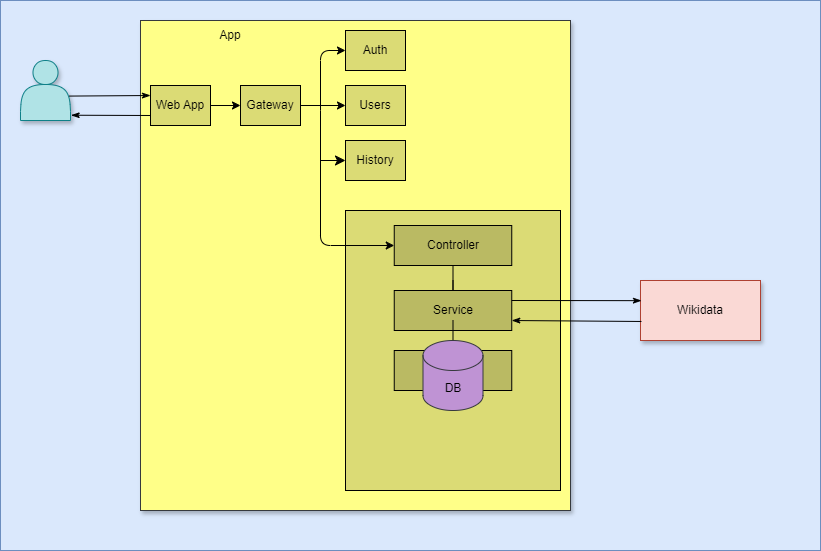
Above: docs/images/05_level3.drawio.png in Arquisoft/wiq_es05b (draw.io), before the change. Source tidied: cells renumbered, new cells last; positions are measured from the earlier drawing's top-left corner, leaving out a move shared by most shapes.
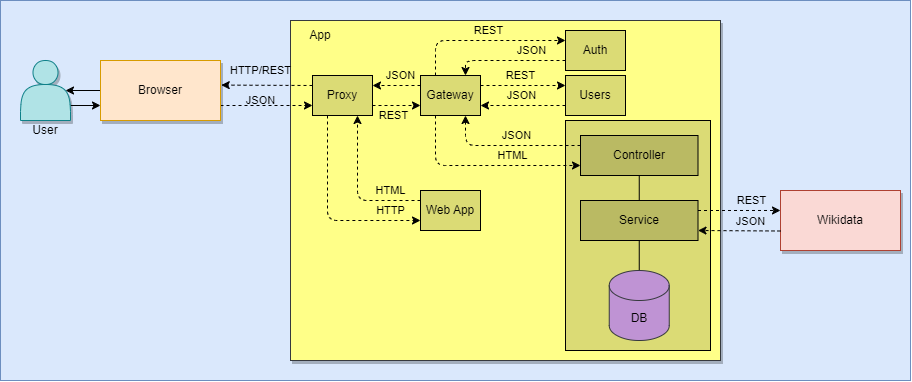
After the change.

Diff of the diagram source:
```diff
@@ -2,106 +2,202 @@
   <root>
     <mxCell id="0" />
     <mxCell id="1" parent="0" />
-    <mxCell id="2" style="rounded=0;whiteSpace=wrap;html=1;fillColor=#dae8fc;strokeColor=#6c8ebf;" parent="1" vertex="1">
-      <mxGeometry width="820" height="550" as="geometry" />
-    </mxCell>
+    <mxCell id="24" style="rounded=0;whiteSpace=wrap;html=1;fillColor=#dae8fc;strokeColor=#6c8ebf;" parent="1" vertex="1">
+      <mxGeometry width="910" height="380" as="geometry" />
+    </mxCell>
+    <mxCell id="31" style="edgeStyle=none;html=1;exitX=1;exitY=0.75;exitDx=0;exitDy=0;entryX=0;entryY=0.75;entryDx=0;entryDy=0;" parent="1" edge="1" source="3" target="47">
+      <mxGeometry relative="1" as="geometry" />
+    </mxCell>
     <mxCell id="3" style="shape=actor;whiteSpace=wrap;html=1;fillColor=#b0e3e6;strokeColor=#0e8088;shadow=1;" parent="1" vertex="1">
       <mxGeometry x="20" y="60" width="50" height="60" as="geometry" />
     </mxCell>
-    <mxCell id="4" style="whiteSpace=wrap;html=1;fillColor=#ffff88;strokeColor=#36393d;shadow=1;" parent="1" vertex="1">
-      <mxGeometry x="140" y="20" width="430" height="490" as="geometry" />
-    </mxCell>
+    <mxCell id="32" style="whiteSpace=wrap;html=1;fillColor=#ffff88;strokeColor=#36393d;shadow=1;" parent="1" vertex="1">
+      <mxGeometry x="290" y="20" width="430" height="340" as="geometry" />
+    </mxCell>
     <mxCell id="5" value="Wikidata" style="whiteSpace=wrap;html=1;fillColor=#fad9d5;strokeColor=#ae4132;shadow=1;" parent="1" vertex="1">
-      <mxGeometry x="640" y="280" width="120" height="60" as="geometry" />
+      <mxGeometry x="780" y="190" width="120" height="60" as="geometry" />
     </mxCell>
+    <mxCell id="33" style="edgeStyle=none;html=1;exitX=0;exitY=0.25;exitDx=0;exitDy=0;entryX=1;entryY=0.25;entryDx=0;entryDy=0;dashed=1;" parent="1" edge="1" source="7" target="54">
+      <mxGeometry relative="1" as="geometry" />
+    </mxCell>
+    <mxCell id="34" value="JSON" style="edgeLabel;html=1;align=center;verticalAlign=middle;labelBackgroundColor=none;" parent="33" vertex="1">
+      <mxGeometry x="-0.37" relative="1" as="geometry">
+        <mxPoint x="-5" y="-10" as="offset" />
+      </mxGeometry>
+    </mxCell>
+    <mxCell id="35" style="edgeStyle=none;html=1;exitX=0.25;exitY=0;exitDx=0;exitDy=0;entryX=0;entryY=0.25;entryDx=0;entryDy=0;dashed=1;" parent="1" edge="1" source="7" target="8">
+      <mxGeometry relative="1" as="geometry">
+        <Array as="points">
+          <mxPoint x="435" y="40" />
+        </Array>
+      </mxGeometry>
+    </mxCell>
+    <mxCell id="36" value="REST" style="edgeLabel;html=1;align=center;verticalAlign=middle;labelBackgroundColor=none;" parent="35" vertex="1">
+      <mxGeometry x="0.06" y="-1" relative="1" as="geometry">
+        <mxPoint y="-11" as="offset" />
+      </mxGeometry>
+    </mxCell>
-    <mxCell id="6" style="edgeStyle=none;html=1;exitX=1;exitY=0.5;exitDx=0;exitDy=0;" parent="1" edge="1" source="7" target="9">
+    <mxCell id="6" style="edgeStyle=none;html=1;exitX=1;exitY=0.25;exitDx=0;exitDy=0;entryX=0;entryY=0.25;entryDx=0;entryDy=0;dashed=1;" parent="1" edge="1" source="7" target="9">
       <mxGeometry relative="1" as="geometry" />
     </mxCell>
+    <mxCell id="37" value="REST" style="edgeLabel;html=1;align=center;verticalAlign=middle;labelBackgroundColor=none;" parent="6" vertex="1">
+      <mxGeometry x="0.1" relative="1" as="geometry">
+        <mxPoint x="-7" y="-10" as="offset" />
+      </mxGeometry>
+    </mxCell>
     <mxCell id="7" value="Gateway" style="rounded=0;whiteSpace=wrap;html=1;fillColor=#DBDB75;" parent="1" vertex="1">
-      <mxGeometry x="240" y="85" width="60" height="40" as="geometry" />
+      <mxGeometry x="420" y="75" width="60" height="40" as="geometry" />
     </mxCell>
+    <mxCell id="38" style="edgeStyle=none;html=1;exitX=0;exitY=0.75;exitDx=0;exitDy=0;entryX=0.75;entryY=0;entryDx=0;entryDy=0;dashed=1;" parent="1" edge="1" source="8" target="7">
+      <mxGeometry relative="1" as="geometry">
+        <Array as="points">
+          <mxPoint x="465" y="60" />
+        </Array>
+      </mxGeometry>
+    </mxCell>
+    <mxCell id="39" value="JSON" style="edgeLabel;html=1;align=center;verticalAlign=middle;labelBackgroundColor=none;" parent="38" vertex="1">
+      <mxGeometry x="-0.4" y="-1" relative="1" as="geometry">
+        <mxPoint y="-9" as="offset" />
+      </mxGeometry>
+    </mxCell>
     <mxCell id="8" value="Auth" style="rounded=0;whiteSpace=wrap;html=1;fillColor=#DBDB75;" parent="1" vertex="1">
-      <mxGeometry x="345" y="30" width="60" height="40" as="geometry" />
+      <mxGeometry x="565" y="30" width="60" height="40" as="geometry" />
     </mxCell>
+    <mxCell id="40" style="edgeStyle=none;html=1;exitX=0;exitY=0.75;exitDx=0;exitDy=0;entryX=1;entryY=0.75;entryDx=0;entryDy=0;dashed=1;" parent="1" edge="1" source="9" target="7">
+      <mxGeometry relative="1" as="geometry" />
+    </mxCell>
+    <mxCell id="41" value="JSON" style="edgeLabel;html=1;align=center;verticalAlign=middle;labelBackgroundColor=none;" parent="40" vertex="1">
+      <mxGeometry x="-0.28" relative="1" as="geometry">
+        <mxPoint x="-14" y="-10" as="offset" />
+      </mxGeometry>
+    </mxCell>
     <mxCell id="9" value="Users" style="rounded=0;whiteSpace=wrap;html=1;fillColor=#DBDB75;" parent="1" vertex="1">
-      <mxGeometry x="345" y="85" width="60" height="40" as="geometry" />
+      <mxGeometry x="565" y="75" width="60" height="40" as="geometry" />
     </mxCell>
+    <mxCell id="42" style="edgeStyle=none;html=1;exitX=0;exitY=0.25;exitDx=0;exitDy=0;entryX=0.75;entryY=1;entryDx=0;entryDy=0;dashed=1;" parent="1" edge="1" source="14" target="54">
+      <mxGeometry relative="1" as="geometry">
+        <Array as="points">
+          <mxPoint x="357" y="200" />
+        </Array>
+      </mxGeometry>
+    </mxCell>
+    <mxCell id="43" value="HTML" style="edgeLabel;html=1;align=center;verticalAlign=middle;labelBackgroundColor=none;" parent="42" vertex="1">
+      <mxGeometry x="0.26" relative="1" as="geometry">
+        <mxPoint x="33" y="20" as="offset" />
+      </mxGeometry>
+    </mxCell>
+    <mxCell id="14" value="Web App" style="rounded=0;whiteSpace=wrap;html=1;fillColor=#DBDB75;" parent="1" vertex="1">
+      <mxGeometry x="420" y="190" width="60" height="40" as="geometry" />
+    </mxCell>
+    <mxCell id="17" value="App" style="text;html=1;strokeColor=none;fillColor=none;align=center;verticalAlign=middle;whiteSpace=wrap;rounded=0;" parent="1" vertex="1">
+      <mxGeometry x="290" y="20" width="60" height="30" as="geometry" />
+    </mxCell>
+    <mxCell id="44" style="edgeStyle=none;html=1;exitX=0;exitY=0.5;exitDx=0;exitDy=0;entryX=0.9;entryY=0.5;entryDx=0;entryDy=0;entryPerimeter=0;" parent="1" edge="1" source="47" target="3">
+      <mxGeometry relative="1" as="geometry" />
+    </mxCell>
+    <mxCell id="45" style="edgeStyle=none;html=1;exitX=1;exitY=0.75;exitDx=0;exitDy=0;entryX=0;entryY=0.75;entryDx=0;entryDy=0;dashed=1;" parent="1" edge="1" source="47" target="54">
+      <mxGeometry relative="1" as="geometry" />
+    </mxCell>
+    <mxCell id="46" value="JSON" style="edgeLabel;html=1;align=center;verticalAlign=middle;labelBackgroundColor=none;" parent="45" vertex="1">
+      <mxGeometry x="-0.29" y="-1" relative="1" as="geometry">
+        <mxPoint x="7" y="-6" as="offset" />
+      </mxGeometry>
+    </mxCell>
+    <mxCell id="47" value="Browser" style="whiteSpace=wrap;html=1;fillColor=#ffe6cc;strokeColor=#d79b00;shadow=1;" parent="1" vertex="1">
+      <mxGeometry x="100" y="60" width="120" height="60" as="geometry" />
+    </mxCell>
+    <mxCell id="48" style="edgeStyle=none;html=1;exitX=0;exitY=0.25;exitDx=0;exitDy=0;entryX=1.006;entryY=0.41;entryDx=0;entryDy=0;entryPerimeter=0;dashed=1;" parent="1" edge="1" source="54" target="47">
+      <mxGeometry relative="1" as="geometry" />
+    </mxCell>
+    <mxCell id="49" value="HTTP/REST" style="edgeLabel;html=1;align=center;verticalAlign=middle;labelBackgroundColor=none;" parent="48" vertex="1">
+      <mxGeometry x="0.45" y="2" relative="1" as="geometry">
+        <mxPoint x="14" y="-17" as="offset" />
+      </mxGeometry>
+    </mxCell>
+    <mxCell id="50" style="edgeStyle=none;html=1;exitX=1;exitY=0.75;exitDx=0;exitDy=0;entryX=0;entryY=0.75;entryDx=0;entryDy=0;dashed=1;" parent="1" edge="1" source="54" target="7">
+      <mxGeometry relative="1" as="geometry" />
+    </mxCell>
+    <mxCell id="51" value="REST" style="edgeLabel;html=1;align=center;verticalAlign=middle;labelBackgroundColor=none;" parent="50" vertex="1">
+      <mxGeometry x="-0.14" y="-1" relative="1" as="geometry">
+        <mxPoint y="9" as="offset" />
+      </mxGeometry>
+    </mxCell>
+    <mxCell id="52" style="edgeStyle=none;html=1;exitX=0.25;exitY=1;exitDx=0;exitDy=0;entryX=0;entryY=0.75;entryDx=0;entryDy=0;dashed=1;" parent="1" edge="1" source="54" target="14">
+      <mxGeometry relative="1" as="geometry">
+        <Array as="points">
+          <mxPoint x="327" y="220" />
+        </Array>
+      </mxGeometry>
+    </mxCell>
+    <mxCell id="53" value="HTTP" style="edgeLabel;html=1;align=center;verticalAlign=middle;labelBackgroundColor=none;" parent="52" vertex="1">
+      <mxGeometry x="0.49" y="1" relative="1" as="geometry">
+        <mxPoint x="21" y="-9" as="offset" />
+      </mxGeometry>
+    </mxCell>
+    <mxCell id="54" value="Proxy" style="rounded=0;whiteSpace=wrap;html=1;fillColor=#DBDB75;" parent="1" vertex="1">
+      <mxGeometry x="312" y="75" width="60" height="40" as="geometry" />
+    </mxCell>
+    <mxCell id="55" value="User" style="text;html=1;strokeColor=none;fillColor=none;align=center;verticalAlign=middle;whiteSpace=wrap;rounded=0;labelBackgroundColor=none;" parent="1" vertex="1">
+      <mxGeometry x="15" y="120" width="60" height="20" as="geometry" />
+    </mxCell>
     <mxCell id="10" style="rounded=0;whiteSpace=wrap;html=1;fillColor=#DBDB75;" parent="1" vertex="1">
-      <mxGeometry x="345" y="210" width="215" height="280" as="geometry" />
+      <mxGeometry x="565" y="120" width="145" height="230" as="geometry" />
     </mxCell>
-    <mxCell id="11" style="edgeStyle=none;html=1;exitX=1;exitY=0.5;exitDx=0;exitDy=0;" parent="1" edge="1" source="14" target="7">
-      <mxGeometry relative="1" as="geometry" />
-    </mxCell>
-    <mxCell id="12" style="edgeStyle=none;html=1;exitX=0;exitY=0.75;exitDx=0;exitDy=0;entryX=1.013;entryY=0.912;entryDx=0;entryDy=0;entryPerimeter=0;startArrow=none;startFill=0;endArrow=classicThin;endFill=1;" parent="1" edge="1" source="14" target="3">
-      <mxGeometry relative="1" as="geometry" />
-    </mxCell>
-    <mxCell id="13" style="edgeStyle=none;html=1;exitX=0;exitY=0.25;exitDx=0;exitDy=0;entryX=0.973;entryY=0.593;entryDx=0;entryDy=0;entryPerimeter=0;startArrow=classicThin;startFill=1;endArrow=none;endFill=0;" parent="1" edge="1" source="14" target="3">
-      <mxGeometry relative="1" as="geometry" />
-    </mxCell>
-    <mxCell id="14" value="Web App" style="rounded=0;whiteSpace=wrap;html=1;fillColor=#DBDB75;" parent="1" vertex="1">
-      <mxGeometry x="150" y="85" width="60" height="40" as="geometry" />
-    </mxCell>
-    <mxCell id="15" style="endArrow=classic;html=1;entryX=0;entryY=0.5;entryDx=0;entryDy=0;" parent="1" edge="1" target="8">
-      <mxGeometry relative="1" as="geometry">
-        <mxPoint x="320" y="110" as="sourcePoint" />
-        <Array as="points">
-          <mxPoint x="320" y="50" />
-        </Array>
-      </mxGeometry>
-    </mxCell>
-    <mxCell id="16" style="endArrow=classic;html=1;entryX=0;entryY=0.5;entryDx=0;entryDy=0;" parent="1" edge="1" target="19">
-      <mxGeometry relative="1" as="geometry">
-        <mxPoint x="320" y="110" as="sourcePoint" />
-        <Array as="points">
-          <mxPoint x="320" y="245" />
-        </Array>
-      </mxGeometry>
-    </mxCell>
-    <mxCell id="17" value="App" style="text;html=1;strokeColor=none;fillColor=none;align=center;verticalAlign=middle;whiteSpace=wrap;rounded=0;" parent="1" vertex="1">
-      <mxGeometry x="200" y="20" width="60" height="30" as="geometry" />
-    </mxCell>
     <mxCell id="18" style="edgeStyle=none;html=1;exitX=0.5;exitY=1;exitDx=0;exitDy=0;entryX=0.5;entryY=0;entryDx=0;entryDy=0;endArrow=none;endFill=0;" parent="1" edge="1" source="19" target="21">
       <mxGeometry relative="1" as="geometry" />
     </mxCell>
     <mxCell id="19" value="Controller&lt;span style=&quot;color: rgba(0, 0, 0, 0); font-family: monospace; font-size: 0px; text-align: start;&quot;&gt;%3CmxGraphModel%3E%3Croot%3E%3CmxCell%20id%3D%220%22%2F%3E%3CmxCell%20id%3D%221%22%20parent%3D%220%22%2F%3E%3CmxCell%20id%3D%222%22%20value%3D%22Web%20App%22%20style%3D%22rounded%3D0%3BwhiteSpace%3Dwrap%3Bhtml%3D1%3BfillColor%3D%23DBDB75%3B%22%20vertex%3D%221%22%20parent%3D%221%22%3E%3CmxGeometry%20x%3D%22-950%22%20y%3D%2295%22%20width%3D%2260%22%20height%3D%2240%22%20as%3D%22geometry%22%2F%3E%3C%2FmxCell%3E%3C%2Froot%3E%3C%2FmxGraphModel%3&lt;/span&gt;" style="rounded=0;whiteSpace=wrap;html=1;fillColor=#BABA63;" parent="1" vertex="1">
-      <mxGeometry x="393.8" y="225" width="117.5" height="40" as="geometry" />
+      <mxGeometry x="580" y="135" width="117.5" height="40" as="geometry" />
     </mxCell>
-    <mxCell id="20" style="edgeStyle=none;html=1;exitX=0.5;exitY=1;exitDx=0;exitDy=0;endArrow=none;endFill=0;" parent="1" edge="1" source="21">
-      <mxGeometry relative="1" as="geometry">
-        <mxPoint x="452.5" y="280" as="targetPoint" />
-      </mxGeometry>
-    </mxCell>
     <mxCell id="21" value="Service" style="rounded=0;whiteSpace=wrap;html=1;fillColor=#BABA63;" parent="1" vertex="1">
-      <mxGeometry x="393.8" y="290" width="117.5" height="40" as="geometry" />
+      <mxGeometry x="580" y="200" width="117.5" height="40" as="geometry" />
     </mxCell>
-    <mxCell id="22" style="edgeStyle=none;html=1;exitX=0.5;exitY=1;exitDx=0;exitDy=0;endArrow=none;endFill=0;" parent="1" edge="1" target="26">
-      <mxGeometry relative="1" as="geometry">
-        <mxPoint x="452.5" y="320" as="sourcePoint" />
-      </mxGeometry>
+    <mxCell id="22" style="edgeStyle=none;html=1;exitX=0.5;exitY=1;exitDx=0;exitDy=0;endArrow=none;endFill=0;entryX=0.5;entryY=0;entryDx=0;entryDy=0;entryPerimeter=0;" parent="1" edge="1" source="21" target="27">
+      <mxGeometry relative="1" as="geometry" />
     </mxCell>
+    <mxCell id="27" value="DB" style="shape=cylinder3;whiteSpace=wrap;html=1;boundedLbl=1;backgroundOutline=1;size=15;fillColor=#BF93D4;strokeColor=#36393d;" parent="1" vertex="1">
+      <mxGeometry x="608.8" y="270" width="60" height="70" as="geometry" />
+    </mxCell>
+    <mxCell id="56" style="edgeStyle=none;html=1;exitX=0.25;exitY=1;exitDx=0;exitDy=0;entryX=0;entryY=0.75;entryDx=0;entryDy=0;dashed=1;" parent="1" edge="1" source="7" target="19">
+      <mxGeometry relative="1" as="geometry">
+        <Array as="points">
+          <mxPoint x="435" y="165" />
+        </Array>
+      </mxGeometry>
+    </mxCell>
+    <mxCell id="57" value="HTML" style="edgeLabel;html=1;align=center;verticalAlign=middle;labelBackgroundColor=none;" parent="56" vertex="1">
+      <mxGeometry x="0.67" y="1" relative="1" as="geometry">
+        <mxPoint x="-36" y="-9" as="offset" />
+      </mxGeometry>
+    </mxCell>
+    <mxCell id="58" style="edgeStyle=none;html=1;exitX=0;exitY=0.25;exitDx=0;exitDy=0;entryX=0.75;entryY=1;entryDx=0;entryDy=0;dashed=1;" parent="1" edge="1" source="19" target="7">
+      <mxGeometry relative="1" as="geometry">
+        <Array as="points">
+          <mxPoint x="465" y="145" />
+        </Array>
+      </mxGeometry>
+    </mxCell>
+    <mxCell id="59" value="JSON" style="edgeLabel;html=1;align=center;verticalAlign=middle;labelBackgroundColor=none;" parent="58" vertex="1">
+      <mxGeometry x="-0.45" relative="1" as="geometry">
+        <mxPoint x="-24" y="-10" as="offset" />
+      </mxGeometry>
+    </mxCell>
-    <mxCell id="23" style="edgeStyle=none;html=1;exitX=1;exitY=0.25;exitDx=0;exitDy=0;entryX=0.008;entryY=0.336;entryDx=0;entryDy=0;startArrow=none;startFill=0;endArrow=classicThin;endFill=1;entryPerimeter=0;" parent="1" edge="1" source="21" target="5">
+    <mxCell id="23" style="edgeStyle=none;html=1;exitX=1;exitY=0.25;exitDx=0;exitDy=0;entryX=0;entryY=0.333;entryDx=0;entryDy=0;entryPerimeter=0;dashed=1;" parent="1" edge="1" source="21" target="5">
       <mxGeometry relative="1" as="geometry" />
     </mxCell>
-    <mxCell id="24" style="edgeStyle=none;html=1;exitX=1;exitY=0.75;exitDx=0;exitDy=0;entryX=0.008;entryY=0.683;entryDx=0;entryDy=0;startArrow=classicThin;startFill=1;endArrow=none;endFill=0;entryPerimeter=0;" parent="1" edge="1" source="21" target="5">
-      <mxGeometry relative="1" as="geometry" />
-    </mxCell>
-    <mxCell id="25" style="edgeStyle=none;html=1;exitX=0.5;exitY=1;exitDx=0;exitDy=0;entryX=0.5;entryY=0;entryDx=0;entryDy=0;entryPerimeter=0;endArrow=none;endFill=0;" parent="1" edge="1" source="26" target="27">
-      <mxGeometry relative="1" as="geometry" />
-    </mxCell>
-    <mxCell id="26" value="Model" style="rounded=0;whiteSpace=wrap;html=1;fillColor=#BABA63;" parent="1" vertex="1">
-      <mxGeometry x="393.8" y="350" width="117.5" height="40" as="geometry" />
-    </mxCell>
-    <mxCell id="27" value="DB" style="shape=cylinder3;whiteSpace=wrap;html=1;boundedLbl=1;backgroundOutline=1;size=15;fillColor=#BF93D4;strokeColor=#36393d;" parent="1" vertex="1">
-      <mxGeometry x="422.5" y="340" width="60" height="70" as="geometry" />
-    </mxCell>
-    <mxCell id="28" value="History" style="rounded=0;whiteSpace=wrap;html=1;fillColor=#DBDB75;" parent="1" vertex="1">
-      <mxGeometry x="345" y="140" width="60" height="40" as="geometry" />
-    </mxCell>
-    <mxCell id="29" style="endArrow=classic;html=1;rounded=0;fontSize=12;startSize=8;endSize=8;curved=1;entryX=0;entryY=0.5;entryDx=0;entryDy=0;" parent="1" edge="1" target="28">
-      <mxGeometry relative="1" as="geometry">
-        <mxPoint x="320" y="160" as="sourcePoint" />
-      </mxGeometry>
-    </mxCell>
+    <mxCell id="60" value="REST" style="edgeLabel;html=1;align=center;verticalAlign=middle;labelBackgroundColor=none;" parent="23" vertex="1">
+      <mxGeometry x="0.22" y="-1" relative="1" as="geometry">
+        <mxPoint x="3" y="-11" as="offset" />
+      </mxGeometry>
+    </mxCell>
+    <mxCell id="61" style="edgeStyle=none;html=1;exitX=0;exitY=0.675;exitDx=0;exitDy=0;entryX=1;entryY=0.75;entryDx=0;entryDy=0;exitPerimeter=0;dashed=1;" parent="1" edge="1" source="5" target="21">
+      <mxGeometry relative="1" as="geometry" />
+    </mxCell>
+    <mxCell id="62" value="JSON" style="edgeLabel;html=1;align=center;verticalAlign=middle;labelBackgroundColor=none;" parent="61" vertex="1">
+      <mxGeometry x="-0.19" relative="1" as="geometry">
+        <mxPoint x="3" y="-10" as="offset" />
+      </mxGeometry>
+    </mxCell>
     <mxCell id="30" value="Diagram" parent="0" />
   </root>
 </mxGraphModel>
```
